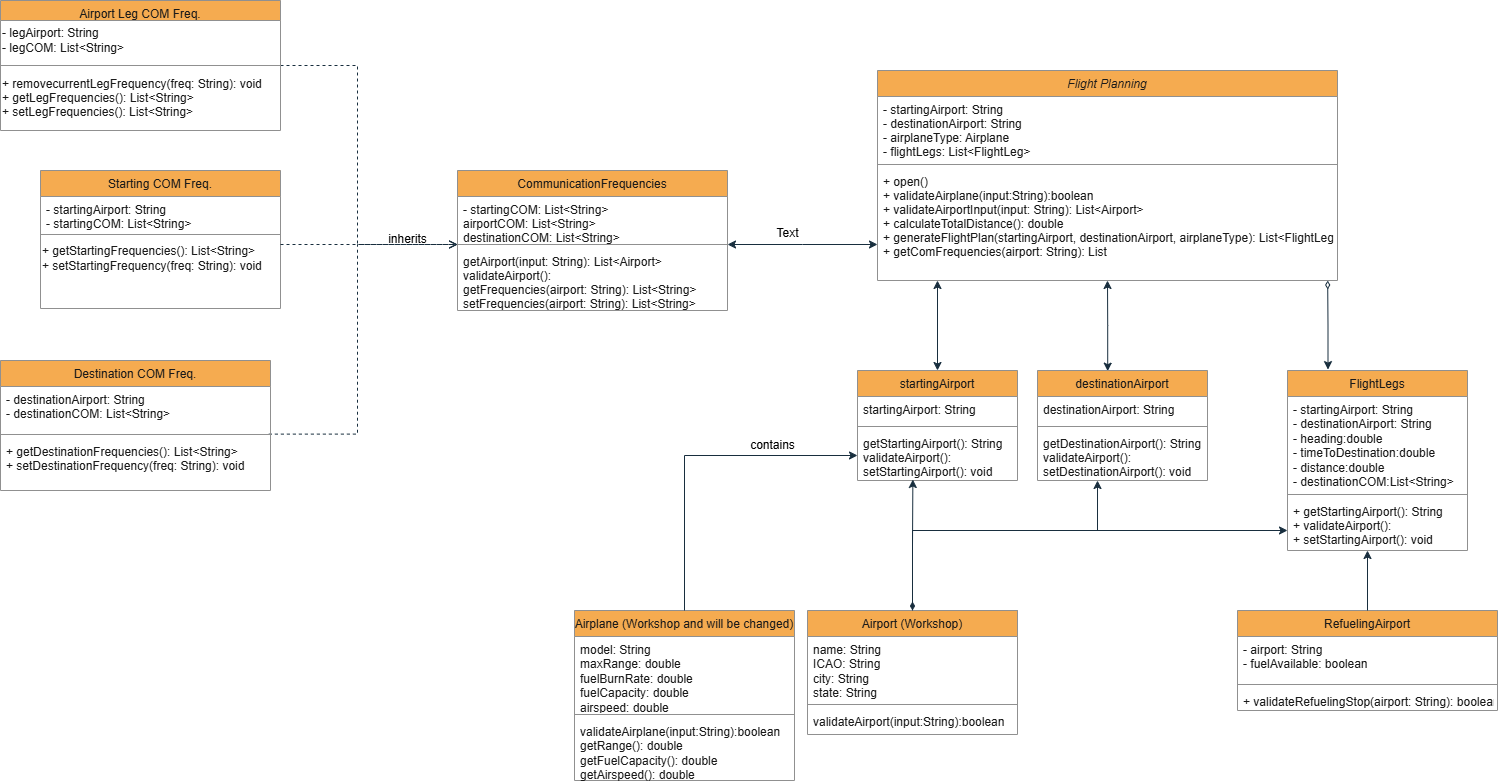
This is Flight UML Diagram.drawio.png from edgarg7/CSCI-360-Software-Development-Project, a draw.io export, as it was before one commit. Source tidied: cells renumbered, new cells last; positions are measured from the earlier drawing's top-left corner, leaving out a move shared by most shapes.
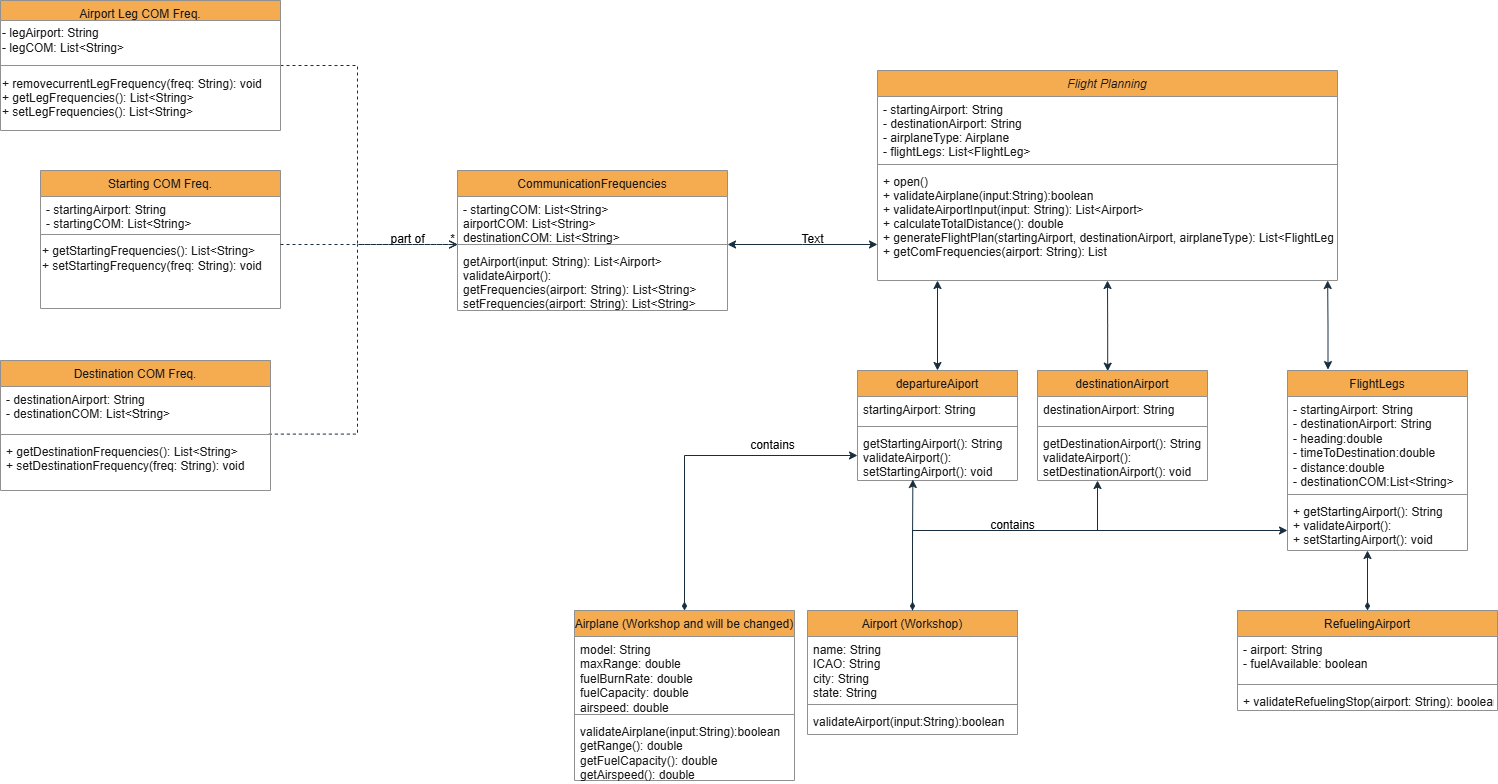
After the change.

The edit, as a diff of the source:
```diff
@@ -14,7 +14,7 @@
     <mxCell id="5" value="+ open()&#10;+ validateAirplane(input:String):boolean&#10;+ validateAirportInput(input: String): List&lt;Airport&gt;&#10;+ calculateTotalDistance(): double&#10;+ generateFlightPlan(startingAirport, destinationAirport, airplaneType): List&lt;FlightLeg&gt;&#10;+ getComFrequencies(airport: String): List" style="text;align=left;verticalAlign=top;spacingLeft=4;spacingRight=4;overflow=hidden;labelBackgroundColor=none;fontColor=#1A1A1A;" parent="2" vertex="1">
       <mxGeometry y="98" width="460" height="92" as="geometry" />
     </mxCell>
-    <mxCell id="6" value="startingAirport" style="swimlane;fontStyle=0;align=center;verticalAlign=top;horizontal=1;startSize=26;rounded=0;shadow=0;strokeWidth=1;labelBackgroundColor=none;fillColor=#F5AB50;strokeColor=#909090;fontColor=#1A1A1A;" parent="1" vertex="1">
+    <mxCell id="6" value="departureAiport" style="swimlane;fontStyle=0;align=center;verticalAlign=top;horizontal=1;startSize=26;rounded=0;shadow=0;strokeWidth=1;labelBackgroundColor=none;fillColor=#F5AB50;strokeColor=#909090;fontColor=#1A1A1A;" parent="1" vertex="1">
       <mxGeometry x="857" y="370" width="160" height="110" as="geometry" />
     </mxCell>
     <mxCell id="7" value="startingAirport: String" style="text;align=left;verticalAlign=top;spacingLeft=4;spacingRight=4;overflow=hidden;labelBackgroundColor=none;fontColor=#1A1A1A;" parent="6" vertex="1">
@@ -112,7 +112,7 @@
     <mxCell id="33" value="+ removecurrentLegFrequency(freq: String): void&#10;+ getLegFrequencies(): List&lt;String&gt;&#10;+ setLegFrequencies(): List&lt;String&gt;" style="text;align=left;verticalAlign=top;strokeColor=none;fillColor=none;fontColor=#1A1A1A;labelBackgroundColor=none;" parent="30" vertex="1">
       <mxGeometry y="70" width="280" height="60" as="geometry" />
     </mxCell>
-    <mxCell id="34" style="edgeStyle=orthogonalEdgeStyle;rounded=0;jettySize=auto;html=1;exitX=0.225;exitY=-0.005;exitDx=0;exitDy=0;strokeColor=#182E3E;fontColor=#1A1A1A;exitPerimeter=0;startArrow=classic;startFill=1;endArrow=diamondThin;endFill=0;" parent="1" edge="1" source="35">
+    <mxCell id="34" style="edgeStyle=orthogonalEdgeStyle;rounded=0;jettySize=auto;html=1;exitX=0.225;exitY=-0.005;exitDx=0;exitDy=0;strokeColor=#182E3E;fontColor=#1A1A1A;exitPerimeter=0;startArrow=classic;startFill=1;endArrow=classic;endFill=1;" parent="1" edge="1" source="35">
       <mxGeometry relative="1" as="geometry">
         <mxPoint x="1327.2" y="280" as="targetPoint" />
       </mxGeometry>
@@ -190,7 +190,7 @@
     <mxCell id="54" style="edgeStyle=orthogonalEdgeStyle;rounded=0;jettySize=auto;html=1;entryX=0.346;entryY=0.98;entryDx=0;entryDy=0;entryPerimeter=0;labelBackgroundColor=none;strokeColor=#182E3E;fontColor=default;" parent="1" edge="1" source="44" target="9">
       <mxGeometry relative="1" as="geometry" />
     </mxCell>
-    <mxCell id="55" style="edgeStyle=orthogonalEdgeStyle;rounded=0;jettySize=auto;html=1;labelBackgroundColor=none;strokeColor=#182E3E;fontColor=default;" parent="1" edge="1" source="48">
+    <mxCell id="55" style="edgeStyle=orthogonalEdgeStyle;rounded=0;jettySize=auto;html=1;labelBackgroundColor=none;strokeColor=#182E3E;fontColor=default;startArrow=diamondThin;startFill=1;" parent="1" edge="1" source="48">
       <mxGeometry relative="1" as="geometry">
         <mxPoint x="1367" y="550" as="targetPoint" />
       </mxGeometry>
@@ -203,21 +203,27 @@
         </Array>
       </mxGeometry>
     </mxCell>
-    <mxCell id="57" style="edgeStyle=orthogonalEdgeStyle;rounded=0;jettySize=auto;html=1;entryX=0;entryY=0.5;entryDx=0;entryDy=0;labelBackgroundColor=none;strokeColor=#182E3E;fontColor=default;exitX=0.5;exitY=0;exitDx=0;exitDy=0;startArrow=none;startFill=0;" parent="1" edge="1" source="39" target="9">
+    <mxCell id="57" style="edgeStyle=orthogonalEdgeStyle;rounded=0;jettySize=auto;html=1;entryX=0;entryY=0.5;entryDx=0;entryDy=0;labelBackgroundColor=none;strokeColor=#182E3E;fontColor=default;exitX=0.5;exitY=0;exitDx=0;exitDy=0;startArrow=diamondThin;startFill=1;" parent="1" edge="1" source="39" target="9">
       <mxGeometry relative="1" as="geometry">
         <Array as="points">
           <mxPoint x="684" y="455" />
         </Array>
       </mxGeometry>
     </mxCell>
-    <mxCell id="58" value="inherits" style="text;html=1;align=center;verticalAlign=middle;strokeColor=none;fillColor=none;" parent="1" vertex="1">
+    <mxCell id="58" value="part of" style="text;html=1;align=center;verticalAlign=middle;strokeColor=none;fillColor=none;" parent="1" vertex="1">
       <mxGeometry x="377" y="224" width="60" height="30" as="geometry" />
     </mxCell>
     <mxCell id="59" value="Text" style="text;html=1;align=center;verticalAlign=middle;strokeColor=none;fillColor=none;" parent="1" vertex="1">
-      <mxGeometry x="762" y="218" width="50" height="30" as="geometry" />
+      <mxGeometry x="787" y="224" width="50" height="30" as="geometry" />
     </mxCell>
     <mxCell id="60" value="contains" style="text;html=1;align=center;verticalAlign=middle;strokeColor=none;fillColor=none;" parent="1" vertex="1">
       <mxGeometry x="737" y="430" width="70" height="30" as="geometry" />
     </mxCell>
+    <mxCell id="61" value="contains" style="text;html=1;align=center;verticalAlign=middle;strokeColor=none;fillColor=none;" parent="1" vertex="1">
+      <mxGeometry x="977" y="510" width="70" height="30" as="geometry" />
+    </mxCell>
+    <mxCell id="62" value="*" style="text;html=1;align=center;verticalAlign=middle;strokeColor=none;fillColor=none;" parent="1" vertex="1">
+      <mxGeometry x="437" y="224" width="30" height="30" as="geometry" />
+    </mxCell>
   </root>
 </mxGraphModel>
```
